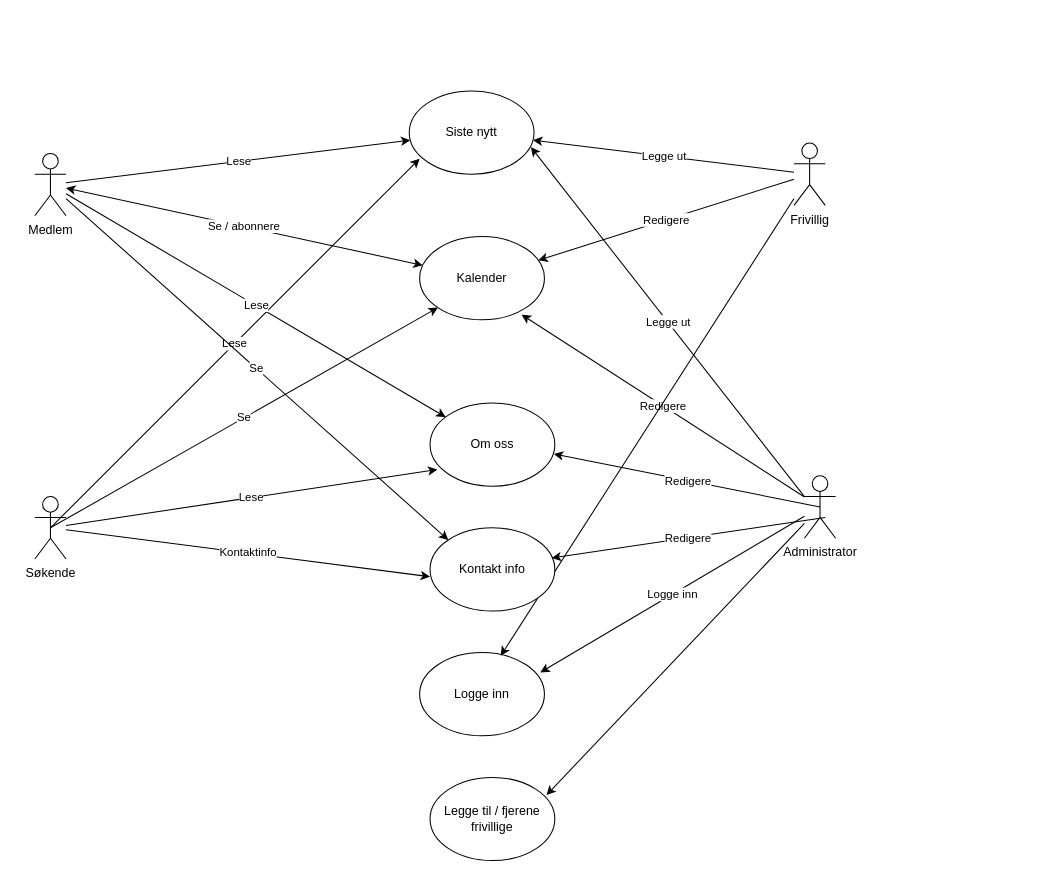
The draw.io diagram UseCaseDiagram.drawio in Ana-Anthor/betania, before the edit. Source tidied: cells renumbered, new cells numbered last; positions are measured from the earlier drawing's top-left corner, leaving out a move shared by most shapes. Both pictures are drawn from the tidied source at 104%, with x=0, y=0 at pixel (34, 90).
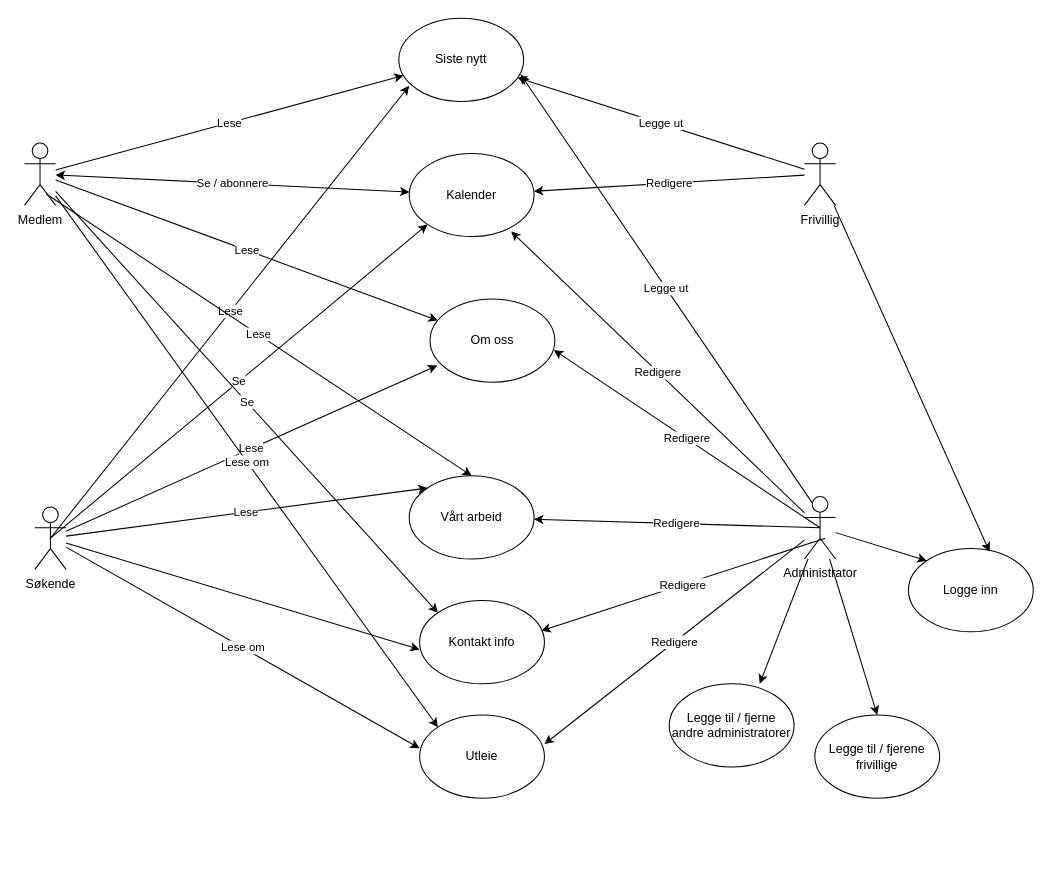
Above is the later version.

What changed in the source:
```diff
@@
     <mxCell id="2" value="Medlem" style="shape=umlActor;verticalLabelPosition=bottom;verticalAlign=top;html=1;" parent="1" vertex="1">
-      <mxGeometry y="60" width="30" height="60" as="geometry" />
+      <mxGeometry x="-10" y="50" width="30" height="60" as="geometry" />
     </mxCell>
     <mxCell id="3" value="&lt;div&gt;Frivillig&lt;/div&gt;" style="shape=umlActor;verticalLabelPosition=bottom;verticalAlign=top;html=1;outlineConnect=0;" parent="1" vertex="1">
-      <mxGeometry x="730" y="50" width="30" height="60" as="geometry" />
+      <mxGeometry x="740" y="50" width="30" height="60" as="geometry" />
     </mxCell>
     <mxCell id="4" value="&lt;div&gt;Administrator&lt;/div&gt;" style="shape=umlActor;verticalLabelPosition=bottom;verticalAlign=top;html=1;outlineConnect=0;" parent="1" vertex="1">
-      <mxGeometry x="740" y="370" width="30" height="60" as="geometry" />
+      <mxGeometry x="740" y="390" width="30" height="60" as="geometry" />
     </mxCell>
     <mxCell id="5" value="&lt;div&gt;Søkende&lt;/div&gt;&lt;div&gt;&lt;br&gt;&lt;/div&gt;" style="shape=umlActor;verticalLabelPosition=bottom;verticalAlign=top;html=1;outlineConnect=0;" parent="1" vertex="1">
-      <mxGeometry y="390" width="30" height="60" as="geometry" />
+      <mxGeometry y="400" width="30" height="60" as="geometry" />
     </mxCell>
     <mxCell id="6" value="Siste nytt" style="ellipse;whiteSpace=wrap;html=1;" parent="1" vertex="1">
-      <mxGeometry x="360" width="120" height="80" as="geometry" />
+      <mxGeometry x="350" y="-70" width="120" height="80" as="geometry" />
     </mxCell>
     <mxCell id="7" value="Kalender" style="ellipse;whiteSpace=wrap;html=1;" parent="1" vertex="1">
-      <mxGeometry x="370" y="140" width="120" height="80" as="geometry" />
+      <mxGeometry x="360" y="60" width="120" height="80" as="geometry" />
     </mxCell>
@@
-    <mxCell id="12" value="Legge ut" style="endArrow=classic;html=1;entryX=0.975;entryY=0.675;entryDx=0;entryDy=0;entryPerimeter=0;" parent="1" edge="1" target="6">
-      <mxGeometry relative="1" as="geometry">
-        <mxPoint x="740" y="390" as="sourcePoint" />
-      </mxGeometry>
+    <mxCell id="12" value="Legge ut" style="endArrow=classic;html=1;entryX=0.975;entryY=0.675;entryDx=0;entryDy=0;entryPerimeter=0;exitX=0.25;exitY=0.1;exitDx=0;exitDy=0;exitPerimeter=0;" parent="1" edge="1" source="4" target="6">
+      <mxGeometry relative="1" as="geometry" />
     </mxCell>
@@
     <mxCell id="14" value="Om oss" style="ellipse;whiteSpace=wrap;html=1;" parent="1" vertex="1">
-      <mxGeometry x="380" y="300" width="120" height="80" as="geometry" />
+      <mxGeometry x="380" y="200" width="120" height="80" as="geometry" />
     </mxCell>
@@
     <mxCell id="19" value="Logge inn" style="ellipse;whiteSpace=wrap;html=1;" parent="1" vertex="1">
-      <mxGeometry x="370" y="540" width="120" height="80" as="geometry" />
+      <mxGeometry x="840" y="440" width="120" height="80" as="geometry" />
     </mxCell>
@@
-    <mxCell id="21" value="Logge inn" style="endArrow=classic;html=1;entryX=0.967;entryY=0.238;entryDx=0;entryDy=0;entryPerimeter=0;" parent="1" edge="1" source="4" target="19">
+    <mxCell id="21" value="&lt;div&gt;&lt;br&gt;&lt;/div&gt;&lt;div&gt;&lt;br&gt;&lt;/div&gt;" style="endArrow=classic;html=1;entryX=0;entryY=0;entryDx=0;entryDy=0;" parent="1" edge="1" source="4" target="19">
       <mxGeometry relative="1" as="geometry" />
     </mxCell>
     <mxCell id="22" value="Legge til / fjerene frivillige" style="ellipse;whiteSpace=wrap;html=1;" parent="1" vertex="1">
-      <mxGeometry x="380" y="660" width="120" height="80" as="geometry" />
+      <mxGeometry x="750" y="600" width="120" height="80" as="geometry" />
     </mxCell>
-    <mxCell id="23" style="endArrow=classic;html=1;entryX=0.933;entryY=0.213;entryDx=0;entryDy=0;entryPerimeter=0;" parent="1" edge="1" source="4" target="22">
+    <mxCell id="23" style="endArrow=classic;html=1;entryX=0.5;entryY=0;entryDx=0;entryDy=0;" parent="1" edge="1" source="4" target="22">
       <mxGeometry relative="1" as="geometry" />
     </mxCell>
     <mxCell id="24" value="Kontakt info" style="ellipse;whiteSpace=wrap;html=1;" parent="1" vertex="1">
-      <mxGeometry x="380" y="420" width="120" height="80" as="geometry" />
+      <mxGeometry x="370" y="490" width="120" height="80" as="geometry" />
     </mxCell>
@@
-    <mxCell id="26" value="Kontaktinfo" style="endArrow=classic;html=1;entryX=0;entryY=0.588;entryDx=0;entryDy=0;entryPerimeter=0;" parent="1" edge="1" source="5" target="24">
+    <mxCell id="26" style="endArrow=classic;html=1;entryX=0;entryY=0.588;entryDx=0;entryDy=0;entryPerimeter=0;" parent="1" edge="1" source="5" target="24">
       <mxGeometry relative="1" as="geometry" />
     </mxCell>
@@
+    <mxCell id="29" value="Vårt arbeid" style="ellipse;whiteSpace=wrap;html=1;" parent="1" vertex="1">
+      <mxGeometry x="360" y="370" width="120" height="80" as="geometry" />
+    </mxCell>
+    <mxCell id="30" value="Lese" style="endArrow=classic;html=1;exitX=0.7;exitY=0.817;exitDx=0;exitDy=0;exitPerimeter=0;entryX=0.5;entryY=0;entryDx=0;entryDy=0;" parent="1" edge="1" source="2" target="29">
+      <mxGeometry relative="1" as="geometry" />
+    </mxCell>
+    <mxCell id="31" value="Lese" style="endArrow=classic;html=1;entryX=0;entryY=0;entryDx=0;entryDy=0;" parent="1" edge="1" source="5" target="29">
+      <mxGeometry relative="1" as="geometry" />
+    </mxCell>
+    <mxCell id="32" value="Redigere" style="endArrow=classic;html=1;exitX=0.5;exitY=0.5;exitDx=0;exitDy=0;exitPerimeter=0;" parent="1" edge="1" source="4" target="29">
+      <mxGeometry relative="1" as="geometry" />
+    </mxCell>
+    <mxCell id="33" value="&lt;div&gt;Utleie&lt;/div&gt;" style="ellipse;whiteSpace=wrap;html=1;strokeColor=#000000;" parent="1" vertex="1">
+      <mxGeometry x="370" y="600" width="120" height="80" as="geometry" />
+    </mxCell>
+    <mxCell id="34" value="Lese om " style="endArrow=classic;html=1;entryX=0;entryY=0;entryDx=0;entryDy=0;" parent="1" edge="1" source="2" target="33">
+      <mxGeometry relative="1" as="geometry" />
+    </mxCell>
+    <mxCell id="35" value="&lt;div&gt;Lese om &lt;br&gt;&lt;/div&gt;" style="endArrow=classic;html=1;entryX=0;entryY=0.4;entryDx=0;entryDy=0;entryPerimeter=0;" parent="1" edge="1" source="5" target="33">
+      <mxGeometry relative="1" as="geometry" />
+    </mxCell>
+    <mxCell id="36" value="Redigere" style="endArrow=classic;html=1;entryX=1;entryY=0.35;entryDx=0;entryDy=0;entryPerimeter=0;" parent="1" edge="1" source="4" target="33">
+      <mxGeometry relative="1" as="geometry" />
+    </mxCell>
+    <mxCell id="37" value="Legge til / fjerne andre administratorer" style="ellipse;whiteSpace=wrap;html=1;strokeColor=#000000;" parent="1" vertex="1">
+      <mxGeometry x="610" y="570" width="120" height="80" as="geometry" />
+    </mxCell>
+    <mxCell id="38" style="endArrow=classic;html=1;entryX=0.725;entryY=0;entryDx=0;entryDy=0;entryPerimeter=0;" parent="1" edge="1" source="4" target="37">
+      <mxGeometry relative="1" as="geometry" />
+    </mxCell>
```
